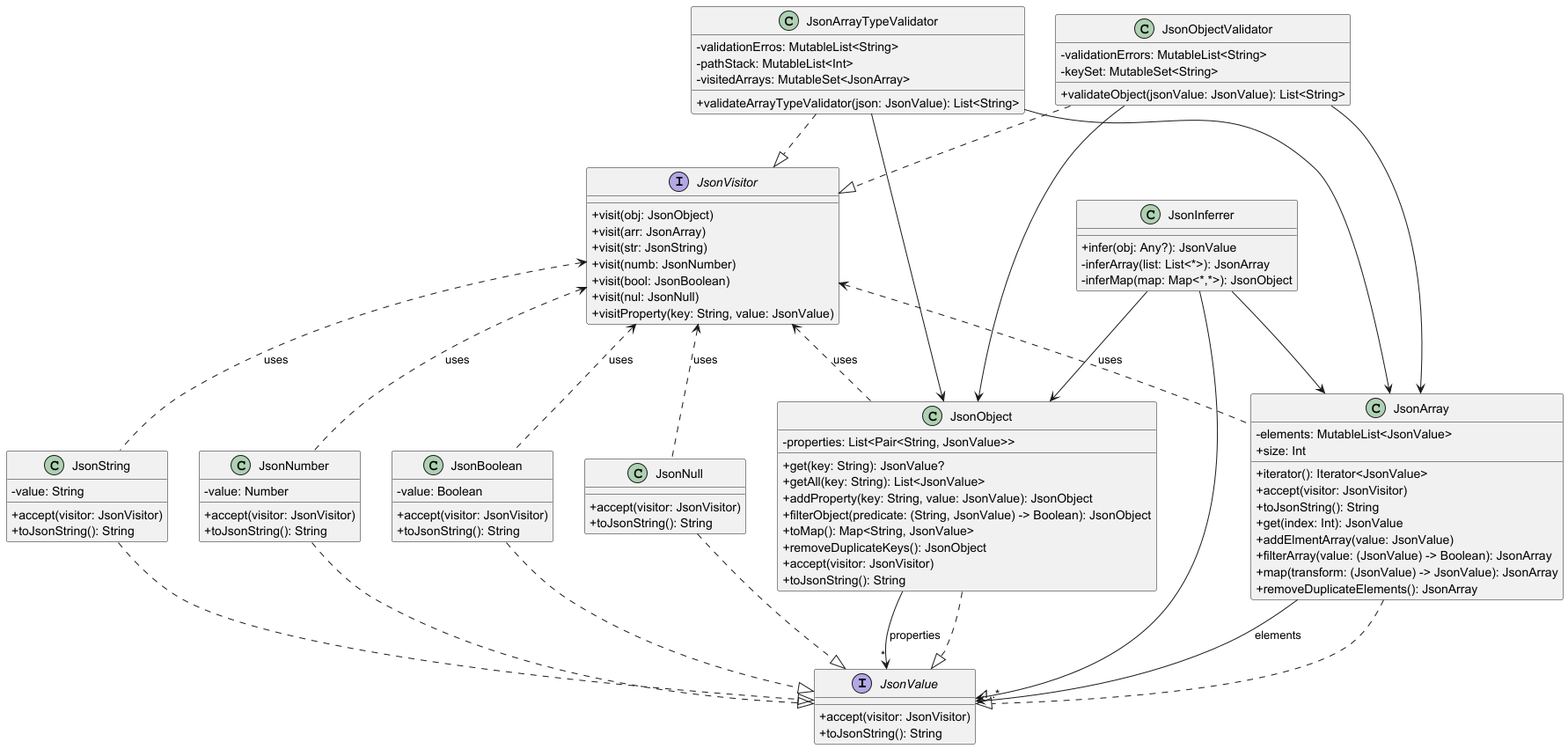
Before: diagram_json_model.png, a diagram exported from PlantUML (JNSD123/fromJson).
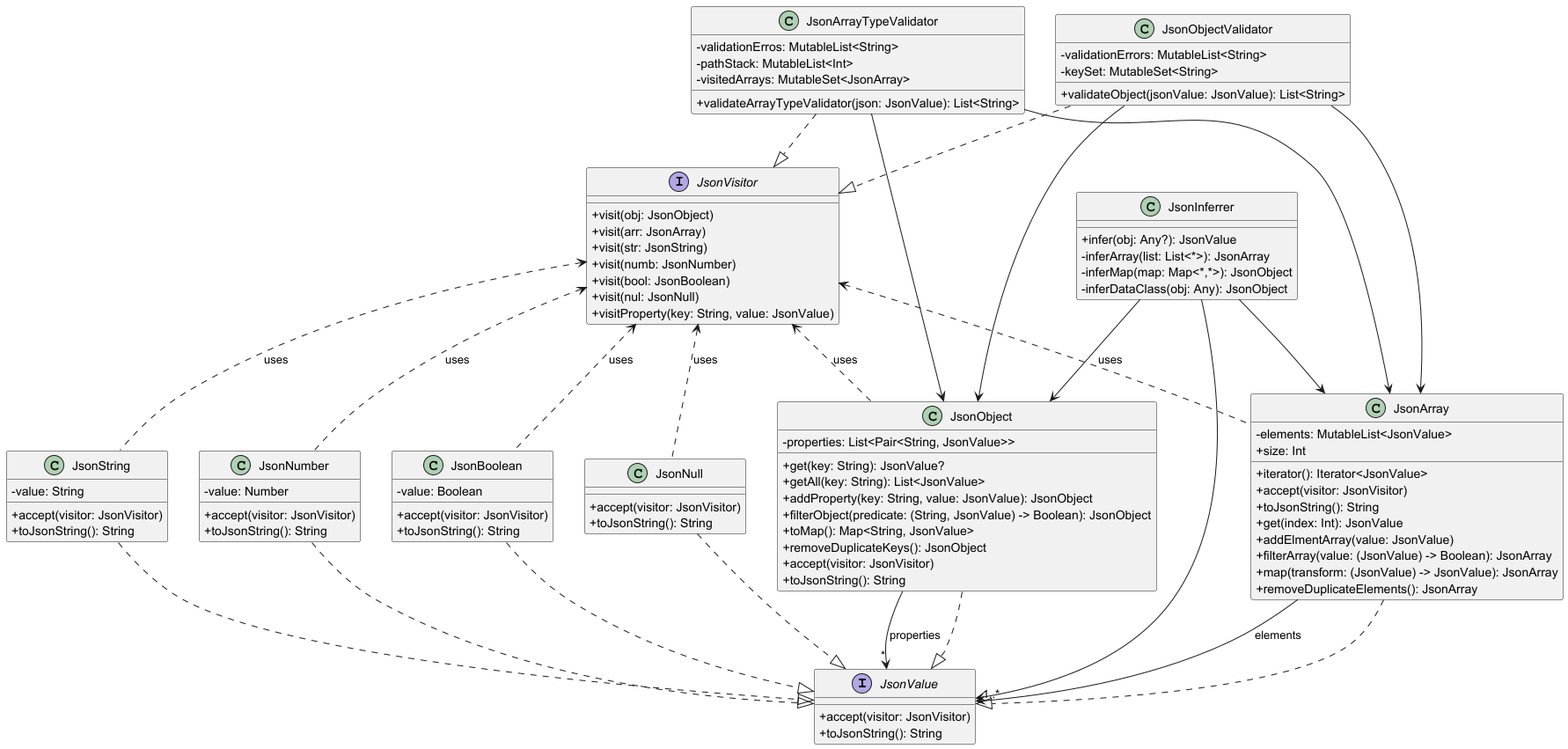
After the change.

Commit message:
Merge remote-tracking branch 'origin/master' atualização do readme

Diff of the diagram source:
```diff
@@ -66,6 +66,7 @@
     + infer(obj: Any?): JsonValue
     - inferArray(list: List<*>): JsonArray
     - inferMap(map: Map<*,*>): JsonObject
+    - inferDataClass(obj: Any): JsonObject
 }
 
 class JsonArrayTypeValidator {
```
